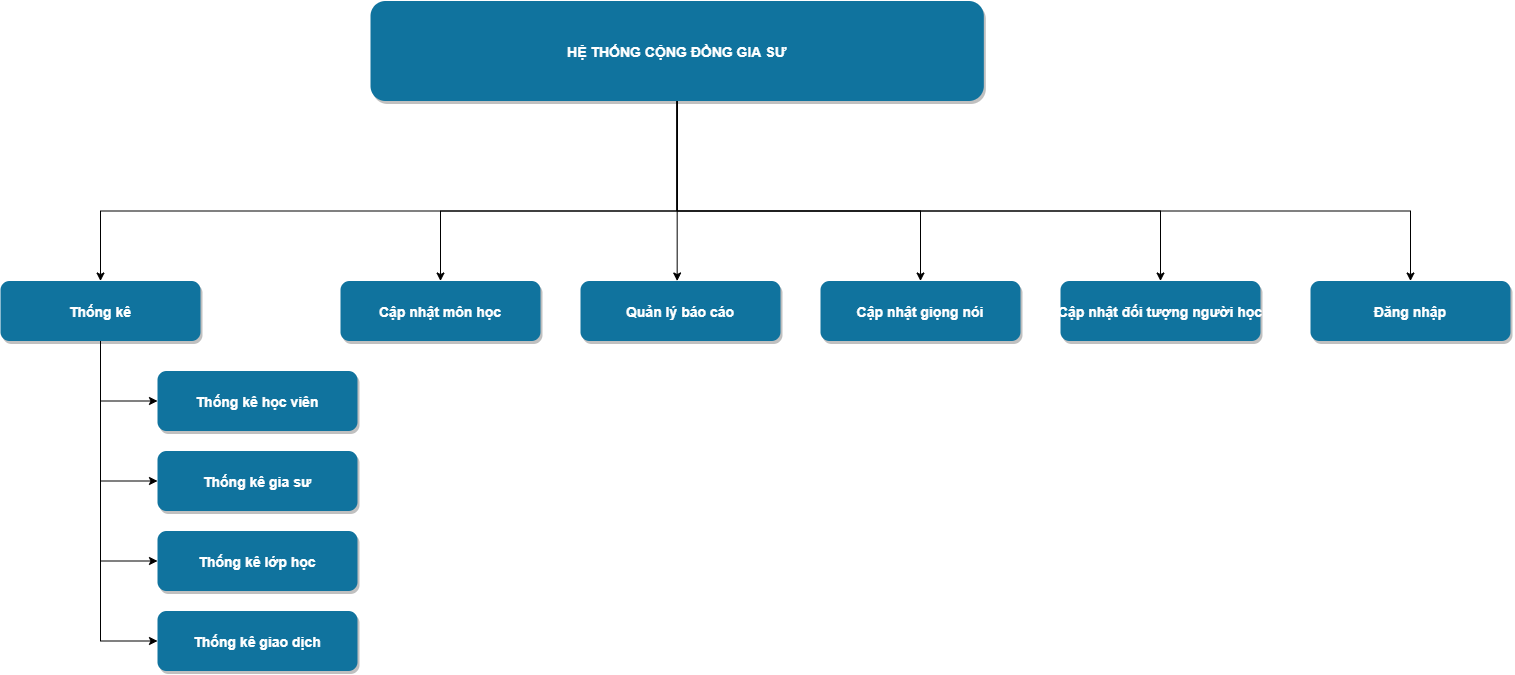
This is docs/Database_log/1-4/CongDongGiaSu_SoDoChucNang_Admin.png from nghiale1/CongDongGiaSu, a draw.io export, as it was before one commit. Source tidied: cells renumbered, new cells last; positions are measured from the earlier drawing's top-left corner, leaving out a move shared by most shapes. Its diagram source:
```xml
<mxGraphModel background="#ffffff">
  <root>
    <mxCell id="0" />
    <mxCell id="1" parent="0" />
    <mxCell id="2" style="edgeStyle=orthogonalEdgeStyle;rounded=0;jettySize=auto;html=1;" parent="1" edge="1" source="8" target="13">
      <mxGeometry relative="1" as="geometry">
        <Array as="points">
          <mxPoint x="677" y="210" />
          <mxPoint x="100" y="210" />
        </Array>
      </mxGeometry>
    </mxCell>
    <mxCell id="3" style="edgeStyle=orthogonalEdgeStyle;rounded=0;jettySize=auto;html=1;entryX=0.5;entryY=0;entryDx=0;entryDy=0;" parent="1" edge="1" source="8" target="14">
      <mxGeometry relative="1" as="geometry">
        <Array as="points">
          <mxPoint x="677" y="210" />
          <mxPoint x="440" y="210" />
        </Array>
      </mxGeometry>
    </mxCell>
    <mxCell id="4" style="edgeStyle=orthogonalEdgeStyle;rounded=0;jettySize=auto;html=1;" parent="1" edge="1" source="8" target="15">
      <mxGeometry relative="1" as="geometry">
        <Array as="points">
          <mxPoint x="677" y="205" />
          <mxPoint x="677" y="205" />
        </Array>
      </mxGeometry>
    </mxCell>
    <mxCell id="5" style="edgeStyle=orthogonalEdgeStyle;rounded=0;jettySize=auto;html=1;" parent="1" edge="1" source="8" target="16">
      <mxGeometry relative="1" as="geometry">
        <Array as="points">
          <mxPoint x="677" y="210" />
          <mxPoint x="920" y="210" />
        </Array>
      </mxGeometry>
    </mxCell>
    <mxCell id="6" style="edgeStyle=orthogonalEdgeStyle;rounded=0;jettySize=auto;html=1;" parent="1" edge="1" source="8" target="17">
      <mxGeometry relative="1" as="geometry">
        <Array as="points">
          <mxPoint x="677" y="210" />
          <mxPoint x="1160" y="210" />
        </Array>
      </mxGeometry>
    </mxCell>
    <mxCell id="7" style="edgeStyle=orthogonalEdgeStyle;rounded=0;jettySize=auto;html=1;entryX=0.5;entryY=0;entryDx=0;entryDy=0;" parent="1" edge="1" source="8" target="22">
      <mxGeometry relative="1" as="geometry">
        <Array as="points">
          <mxPoint x="677" y="210" />
          <mxPoint x="1410" y="210" />
        </Array>
      </mxGeometry>
    </mxCell>
    <mxCell id="8" value="HỆ THỐNG CỘNG ĐỒNG GIA SƯ" style="rounded=1;fillColor=#10739E;strokeColor=none;shadow=1;gradientColor=none;fontStyle=1;fontColor=#FFFFFF;fontSize=14;" parent="1" vertex="1">
      <mxGeometry x="370" width="613.3" height="100" as="geometry" />
    </mxCell>
    <mxCell id="9" style="edgeStyle=orthogonalEdgeStyle;rounded=0;jettySize=auto;html=1;entryX=0;entryY=0.5;entryDx=0;entryDy=0;" parent="1" edge="1" source="13" target="18">
      <mxGeometry relative="1" as="geometry" />
    </mxCell>
    <mxCell id="10" style="edgeStyle=orthogonalEdgeStyle;rounded=0;jettySize=auto;html=1;entryX=0;entryY=0.5;entryDx=0;entryDy=0;" parent="1" edge="1" source="13" target="19">
      <mxGeometry relative="1" as="geometry" />
    </mxCell>
    <mxCell id="11" style="edgeStyle=orthogonalEdgeStyle;rounded=0;jettySize=auto;html=1;entryX=0;entryY=0.5;entryDx=0;entryDy=0;" parent="1" edge="1" source="13" target="20">
      <mxGeometry relative="1" as="geometry" />
    </mxCell>
    <mxCell id="12" style="edgeStyle=orthogonalEdgeStyle;rounded=0;jettySize=auto;html=1;entryX=0;entryY=0.5;entryDx=0;entryDy=0;" parent="1" edge="1" source="13" target="21">
      <mxGeometry relative="1" as="geometry" />
    </mxCell>
    <mxCell id="13" value="Thống kê" style="rounded=1;fillColor=#10739E;strokeColor=none;shadow=1;gradientColor=none;fontStyle=1;fontColor=#FFFFFF;fontSize=14;" parent="1" vertex="1">
      <mxGeometry y="280" width="200" height="60" as="geometry" />
    </mxCell>
    <mxCell id="14" value="Cập nhật môn học" style="rounded=1;fillColor=#10739E;strokeColor=none;shadow=1;gradientColor=none;fontStyle=1;fontColor=#FFFFFF;fontSize=14;" parent="1" vertex="1">
      <mxGeometry x="340" y="280" width="200" height="60" as="geometry" />
    </mxCell>
    <mxCell id="15" value="Quản lý báo cáo" style="rounded=1;fillColor=#10739E;strokeColor=none;shadow=1;gradientColor=none;fontStyle=1;fontColor=#FFFFFF;fontSize=14;" parent="1" vertex="1">
      <mxGeometry x="580" y="280" width="200" height="60" as="geometry" />
    </mxCell>
    <mxCell id="16" value="Cập nhật giọng nói" style="rounded=1;fillColor=#10739E;strokeColor=none;shadow=1;gradientColor=none;fontStyle=1;fontColor=#FFFFFF;fontSize=14;" parent="1" vertex="1">
      <mxGeometry x="820" y="280" width="200" height="60" as="geometry" />
    </mxCell>
    <mxCell id="17" value="Cập nhật đối tượng người học" style="rounded=1;fillColor=#10739E;strokeColor=none;shadow=1;gradientColor=none;fontStyle=1;fontColor=#FFFFFF;fontSize=14;" parent="1" vertex="1">
      <mxGeometry x="1060" y="280" width="200" height="60" as="geometry" />
    </mxCell>
    <mxCell id="18" value="Thống kê học viên" style="rounded=1;fillColor=#10739E;strokeColor=none;shadow=1;gradientColor=none;fontStyle=1;fontColor=#FFFFFF;fontSize=14;" parent="1" vertex="1">
      <mxGeometry x="157" y="370" width="200" height="60" as="geometry" />
    </mxCell>
    <mxCell id="19" value="Thống kê gia sư" style="rounded=1;fillColor=#10739E;strokeColor=none;shadow=1;gradientColor=none;fontStyle=1;fontColor=#FFFFFF;fontSize=14;" parent="1" vertex="1">
      <mxGeometry x="157" y="450" width="200" height="60" as="geometry" />
    </mxCell>
    <mxCell id="20" value="Thống kê lớp học" style="rounded=1;fillColor=#10739E;strokeColor=none;shadow=1;gradientColor=none;fontStyle=1;fontColor=#FFFFFF;fontSize=14;" parent="1" vertex="1">
      <mxGeometry x="157" y="530" width="200" height="60" as="geometry" />
    </mxCell>
    <mxCell id="21" value="Thống kê giao dịch" style="rounded=1;fillColor=#10739E;strokeColor=none;shadow=1;gradientColor=none;fontStyle=1;fontColor=#FFFFFF;fontSize=14;" parent="1" vertex="1">
      <mxGeometry x="157" y="610" width="200" height="60" as="geometry" />
    </mxCell>
    <mxCell id="22" value="Đăng nhập" style="rounded=1;fillColor=#10739E;strokeColor=none;shadow=1;gradientColor=none;fontStyle=1;fontColor=#FFFFFF;fontSize=14;" parent="1" vertex="1">
      <mxGeometry x="1310" y="280" width="200" height="60" as="geometry" />
    </mxCell>
  </root>
</mxGraphModel>
```
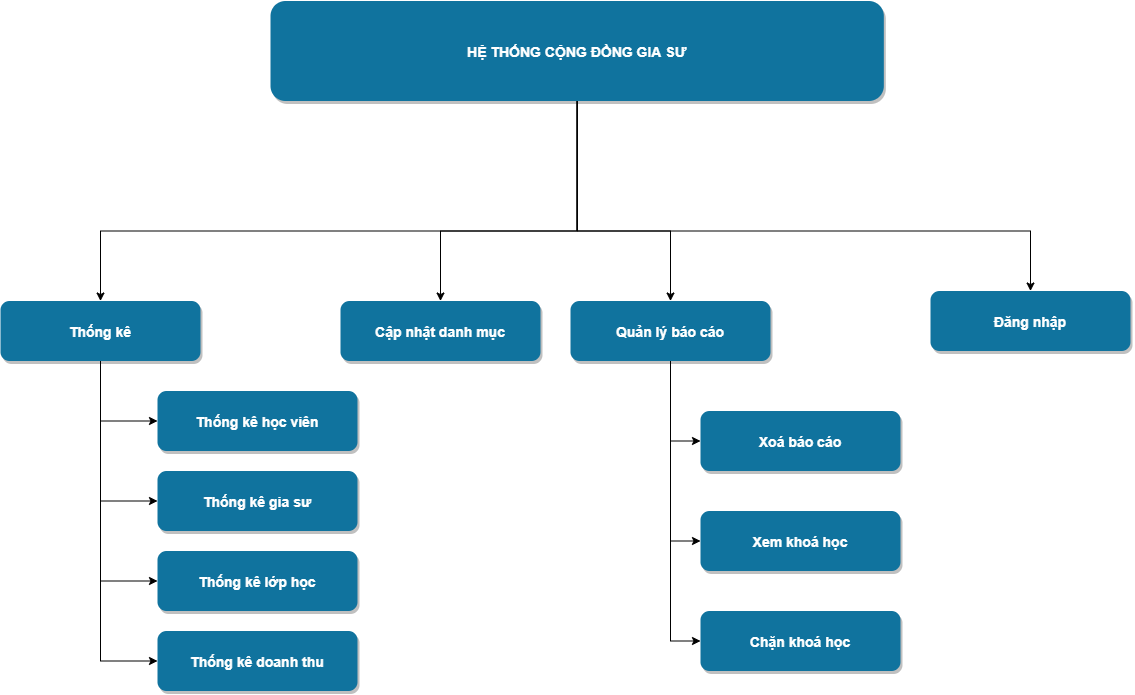
Later version of the same file.

The edit, as a diff of the source:
```diff
@@ -5,7 +5,7 @@
     <mxCell id="2" style="edgeStyle=orthogonalEdgeStyle;rounded=0;jettySize=auto;html=1;" parent="1" edge="1" source="8" target="13">
       <mxGeometry relative="1" as="geometry">
         <Array as="points">
-          <mxPoint x="677" y="210" />
+          <mxPoint x="577" y="210" />
           <mxPoint x="100" y="210" />
         </Array>
       </mxGeometry>
@@ -13,45 +13,29 @@
     <mxCell id="3" style="edgeStyle=orthogonalEdgeStyle;rounded=0;jettySize=auto;html=1;entryX=0.5;entryY=0;entryDx=0;entryDy=0;" parent="1" edge="1" source="8" target="14">
       <mxGeometry relative="1" as="geometry">
         <Array as="points">
-          <mxPoint x="677" y="210" />
+          <mxPoint x="577" y="210" />
           <mxPoint x="440" y="210" />
         </Array>
       </mxGeometry>
     </mxCell>
+    <mxCell id="7" style="edgeStyle=orthogonalEdgeStyle;rounded=0;jettySize=auto;html=1;entryX=0.5;entryY=0;entryDx=0;entryDy=0;" parent="1" edge="1" source="8" target="22">
+      <mxGeometry relative="1" as="geometry">
+        <Array as="points">
+          <mxPoint x="577" y="210" />
+          <mxPoint x="1030" y="210" />
+        </Array>
+      </mxGeometry>
+    </mxCell>
-    <mxCell id="4" style="edgeStyle=orthogonalEdgeStyle;rounded=0;jettySize=auto;html=1;" parent="1" edge="1" source="8" target="15">
+    <mxCell id="4" style="edgeStyle=orthogonalEdgeStyle;rounded=0;jettySize=auto;html=1;entryX=0.5;entryY=0;entryDx=0;entryDy=0;" parent="1" edge="1" source="8" target="15">
       <mxGeometry relative="1" as="geometry">
         <Array as="points">
-          <mxPoint x="677" y="205" />
-          <mxPoint x="677" y="205" />
+          <mxPoint x="577" y="210" />
+          <mxPoint x="670" y="210" />
         </Array>
       </mxGeometry>
     </mxCell>
-    <mxCell id="5" style="edgeStyle=orthogonalEdgeStyle;rounded=0;jettySize=auto;html=1;" parent="1" edge="1" source="8" target="16">
-      <mxGeometry relative="1" as="geometry">
-        <Array as="points">
-          <mxPoint x="677" y="210" />
-          <mxPoint x="920" y="210" />
-        </Array>
-      </mxGeometry>
-    </mxCell>
-    <mxCell id="6" style="edgeStyle=orthogonalEdgeStyle;rounded=0;jettySize=auto;html=1;" parent="1" edge="1" source="8" target="17">
-      <mxGeometry relative="1" as="geometry">
-        <Array as="points">
-          <mxPoint x="677" y="210" />
-          <mxPoint x="1160" y="210" />
-        </Array>
-      </mxGeometry>
-    </mxCell>
-    <mxCell id="7" style="edgeStyle=orthogonalEdgeStyle;rounded=0;jettySize=auto;html=1;entryX=0.5;entryY=0;entryDx=0;entryDy=0;" parent="1" edge="1" source="8" target="22">
-      <mxGeometry relative="1" as="geometry">
-        <Array as="points">
-          <mxPoint x="677" y="210" />
-          <mxPoint x="1410" y="210" />
-        </Array>
-      </mxGeometry>
-    </mxCell>
     <mxCell id="8" value="HỆ THỐNG CỘNG ĐỒNG GIA SƯ" style="rounded=1;fillColor=#10739E;strokeColor=none;shadow=1;gradientColor=none;fontStyle=1;fontColor=#FFFFFF;fontSize=14;" parent="1" vertex="1">
-      <mxGeometry x="370" width="613.3" height="100" as="geometry" />
+      <mxGeometry x="270" y="-20" width="613.3" height="100" as="geometry" />
     </mxCell>
     <mxCell id="9" style="edgeStyle=orthogonalEdgeStyle;rounded=0;jettySize=auto;html=1;entryX=0;entryY=0.5;entryDx=0;entryDy=0;" parent="1" edge="1" source="13" target="18">
       <mxGeometry relative="1" as="geometry" />
@@ -68,18 +52,9 @@
     <mxCell id="13" value="Thống kê" style="rounded=1;fillColor=#10739E;strokeColor=none;shadow=1;gradientColor=none;fontStyle=1;fontColor=#FFFFFF;fontSize=14;" parent="1" vertex="1">
       <mxGeometry y="280" width="200" height="60" as="geometry" />
     </mxCell>
-    <mxCell id="14" value="Cập nhật môn học" style="rounded=1;fillColor=#10739E;strokeColor=none;shadow=1;gradientColor=none;fontStyle=1;fontColor=#FFFFFF;fontSize=14;" parent="1" vertex="1">
+    <mxCell id="14" value="Cập nhật danh mục" style="rounded=1;fillColor=#10739E;strokeColor=none;shadow=1;gradientColor=none;fontStyle=1;fontColor=#FFFFFF;fontSize=14;" parent="1" vertex="1">
       <mxGeometry x="340" y="280" width="200" height="60" as="geometry" />
     </mxCell>
-    <mxCell id="15" value="Quản lý báo cáo" style="rounded=1;fillColor=#10739E;strokeColor=none;shadow=1;gradientColor=none;fontStyle=1;fontColor=#FFFFFF;fontSize=14;" parent="1" vertex="1">
-      <mxGeometry x="580" y="280" width="200" height="60" as="geometry" />
-    </mxCell>
-    <mxCell id="16" value="Cập nhật giọng nói" style="rounded=1;fillColor=#10739E;strokeColor=none;shadow=1;gradientColor=none;fontStyle=1;fontColor=#FFFFFF;fontSize=14;" parent="1" vertex="1">
-      <mxGeometry x="820" y="280" width="200" height="60" as="geometry" />
-    </mxCell>
-    <mxCell id="17" value="Cập nhật đối tượng người học" style="rounded=1;fillColor=#10739E;strokeColor=none;shadow=1;gradientColor=none;fontStyle=1;fontColor=#FFFFFF;fontSize=14;" parent="1" vertex="1">
-      <mxGeometry x="1060" y="280" width="200" height="60" as="geometry" />
-    </mxCell>
     <mxCell id="18" value="Thống kê học viên" style="rounded=1;fillColor=#10739E;strokeColor=none;shadow=1;gradientColor=none;fontStyle=1;fontColor=#FFFFFF;fontSize=14;" parent="1" vertex="1">
       <mxGeometry x="157" y="370" width="200" height="60" as="geometry" />
     </mxCell>
@@ -89,11 +64,32 @@
     <mxCell id="20" value="Thống kê lớp học" style="rounded=1;fillColor=#10739E;strokeColor=none;shadow=1;gradientColor=none;fontStyle=1;fontColor=#FFFFFF;fontSize=14;" parent="1" vertex="1">
       <mxGeometry x="157" y="530" width="200" height="60" as="geometry" />
     </mxCell>
-    <mxCell id="21" value="Thống kê giao dịch" style="rounded=1;fillColor=#10739E;strokeColor=none;shadow=1;gradientColor=none;fontStyle=1;fontColor=#FFFFFF;fontSize=14;" parent="1" vertex="1">
+    <mxCell id="21" value="Thống kê doanh thu" style="rounded=1;fillColor=#10739E;strokeColor=none;shadow=1;gradientColor=none;fontStyle=1;fontColor=#FFFFFF;fontSize=14;" parent="1" vertex="1">
       <mxGeometry x="157" y="610" width="200" height="60" as="geometry" />
     </mxCell>
     <mxCell id="22" value="Đăng nhập" style="rounded=1;fillColor=#10739E;strokeColor=none;shadow=1;gradientColor=none;fontStyle=1;fontColor=#FFFFFF;fontSize=14;" parent="1" vertex="1">
-      <mxGeometry x="1310" y="280" width="200" height="60" as="geometry" />
+      <mxGeometry x="930" y="270" width="200" height="60" as="geometry" />
     </mxCell>
+    <mxCell id="23" style="edgeStyle=orthogonalEdgeStyle;rounded=0;jettySize=auto;html=1;entryX=0;entryY=0.5;entryDx=0;entryDy=0;" parent="1" edge="1" source="15" target="28">
+      <mxGeometry relative="1" as="geometry" />
+    </mxCell>
+    <mxCell id="24" style="edgeStyle=orthogonalEdgeStyle;rounded=0;jettySize=auto;html=1;entryX=0;entryY=0.5;entryDx=0;entryDy=0;" parent="1" edge="1" source="15" target="27">
+      <mxGeometry relative="1" as="geometry" />
+    </mxCell>
+    <mxCell id="25" style="edgeStyle=orthogonalEdgeStyle;rounded=0;jettySize=auto;html=1;entryX=0;entryY=0.5;entryDx=0;entryDy=0;" parent="1" edge="1" source="15" target="26">
+      <mxGeometry relative="1" as="geometry" />
+    </mxCell>
+    <mxCell id="15" value="Quản lý báo cáo" style="rounded=1;fillColor=#10739E;strokeColor=none;shadow=1;gradientColor=none;fontStyle=1;fontColor=#FFFFFF;fontSize=14;" parent="1" vertex="1">
+      <mxGeometry x="570" y="280" width="200" height="60" as="geometry" />
+    </mxCell>
+    <mxCell id="26" value="Chặn khoá học" style="rounded=1;fillColor=#10739E;strokeColor=none;shadow=1;gradientColor=none;fontStyle=1;fontColor=#FFFFFF;fontSize=14;" parent="1" vertex="1">
+      <mxGeometry x="700" y="590" width="200" height="60" as="geometry" />
+    </mxCell>
+    <mxCell id="27" value="Xem khoá học" style="rounded=1;fillColor=#10739E;strokeColor=none;shadow=1;gradientColor=none;fontStyle=1;fontColor=#FFFFFF;fontSize=14;" parent="1" vertex="1">
+      <mxGeometry x="700" y="490" width="200" height="60" as="geometry" />
+    </mxCell>
+    <mxCell id="28" value="Xoá báo cáo" style="rounded=1;fillColor=#10739E;strokeColor=none;shadow=1;gradientColor=none;fontStyle=1;fontColor=#FFFFFF;fontSize=14;" parent="1" vertex="1">
+      <mxGeometry x="700" y="390" width="200" height="60" as="geometry" />
+    </mxCell>
   </root>
 </mxGraphModel>
```
